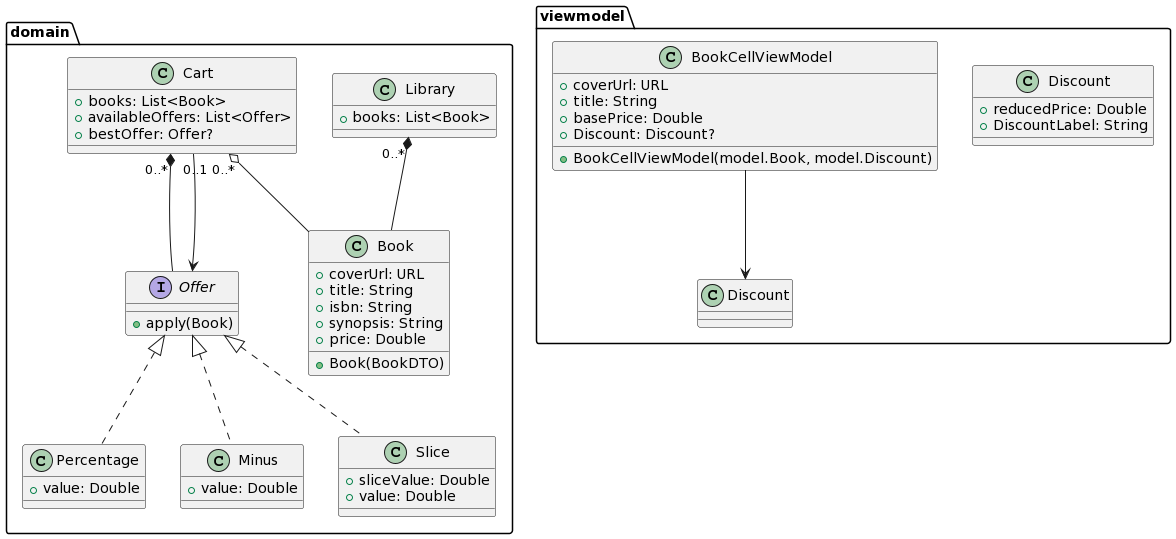
IMT-Atlantique-FIL-2020-2023/henri-potech keeps this PlantUML diagram as out/model/Henri Potech Domain Models.png. Above is the earlier version. The source it was exported from:
```plantuml
@startuml
package domain {
  class Book {
    + coverUrl: URL
    + title: String
    + isbn: String
    + synopsis: String
    + price: Double
    + Book(BookDTO)
  }

  class Library {
    + books: List<Book>
  }
  Library "0..*" *-- Book

  interface Offer {
    + apply(Book)
  }
  class Percentage implements Offer {
    + value: Double
  }
  class Minus implements Offer {
    + value: Double
  }
  class Slice implements Offer {
    + sliceValue: Double
    + value: Double
  }

  class Cart {
    + books: List<Book>
    + availableOffers: List<Offer>
    + bestOffer: Offer?
  }
  Cart "0..*" o-- Book
  Cart "0..*" *-- Offer
  Cart "0..1" --> Offer
}

package viewmodel {
  class viewmodel.Discount {
    + reducedPrice: Double
    + DiscountLabel: String
  }
  class BookCellViewModel {
    + coverUrl: URL
    + title: String
    + basePrice: Double
    + Discount: Discount?
    + BookCellViewModel(model.Book, model.Discount)
  }
  BookCellViewModel --> Discount
}
@enduml
```
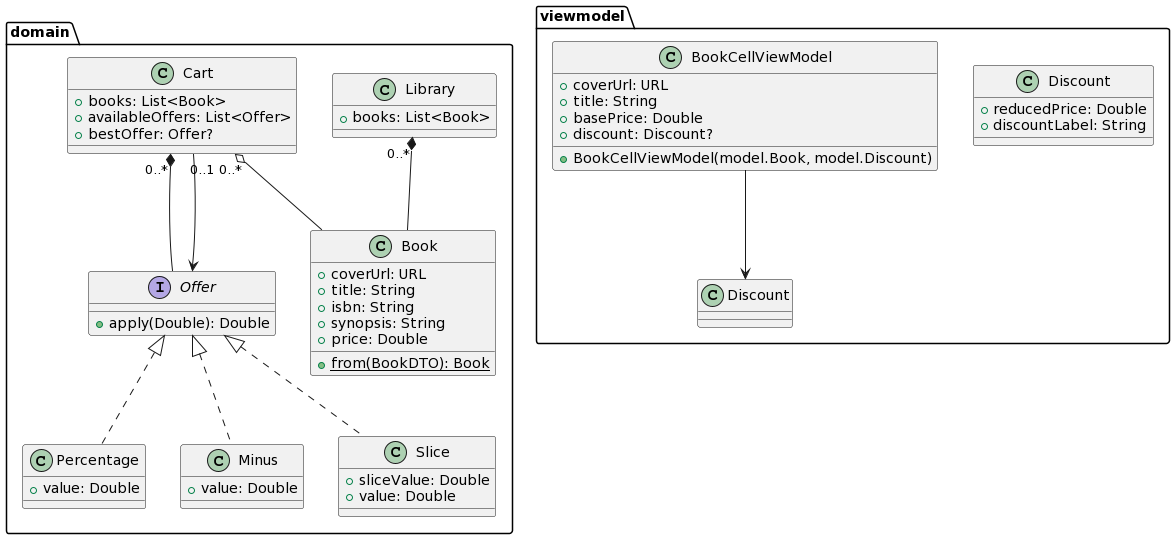
Above is the later version.

The edit, as a diff of the source:
```diff
@@ -6,7 +6,7 @@
     + isbn: String
     + synopsis: String
     + price: Double
-    + Book(BookDTO)
+    + {static} from(BookDTO): Book
   }
 
   class Library {
@@ -15,7 +15,7 @@
   Library "0..*" *-- Book
 
   interface Offer {
-    + apply(Book)
+    + apply(Double): Double
   }
   class Percentage implements Offer {
     + value: Double
@@ -41,13 +41,13 @@
 package viewmodel {
   class viewmodel.Discount {
     + reducedPrice: Double
-    + DiscountLabel: String
+    + discountLabel: String
   }
   class BookCellViewModel {
     + coverUrl: URL
     + title: String
     + basePrice: Double
-    + Discount: Discount?
+    + discount: Discount?
     + BookCellViewModel(model.Book, model.Discount)
   }
   BookCellViewModel --> Discount
```
